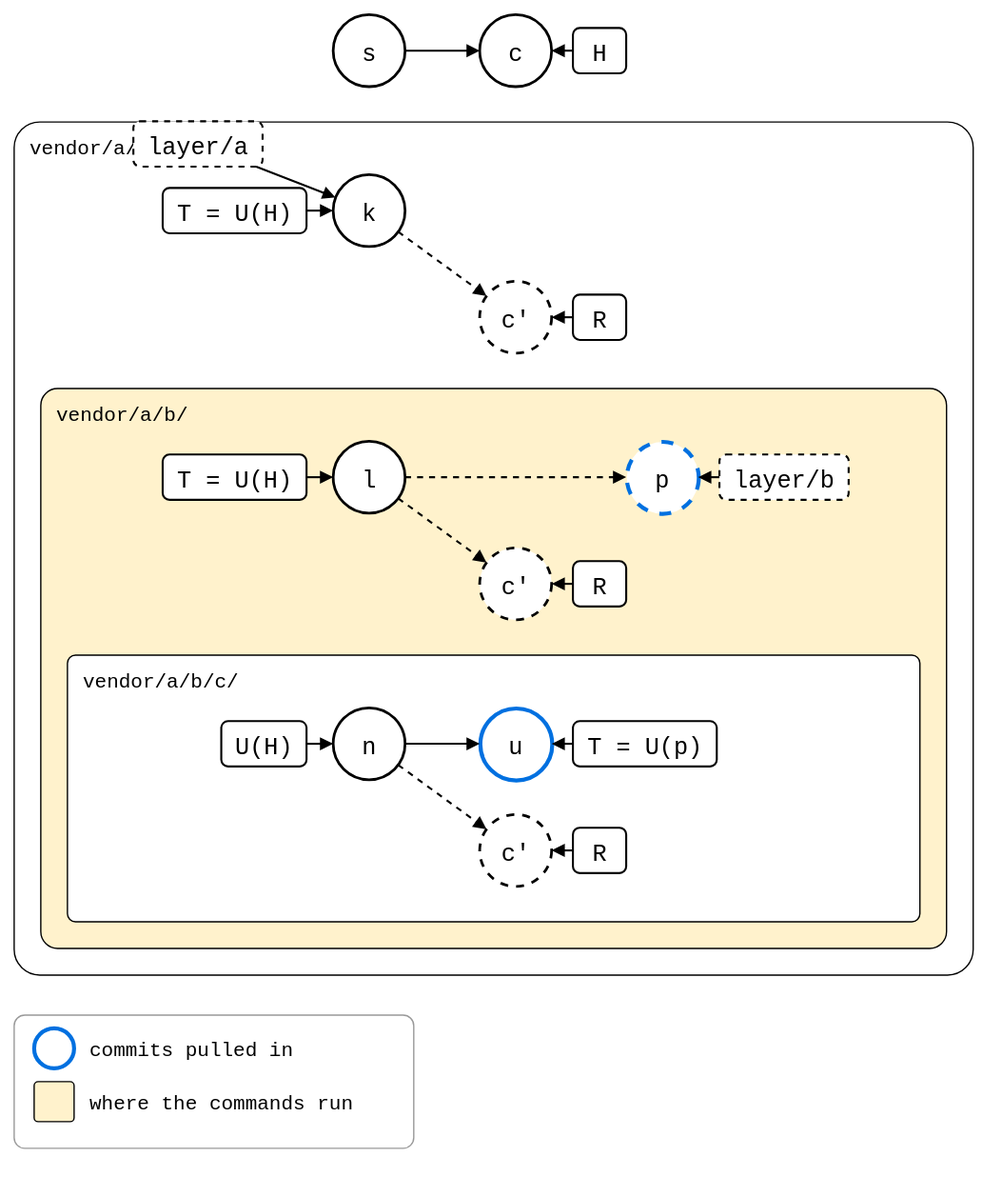
Before: docs/09-scenarios/05-nested-splices/01-nested-splices/02-three-levels/rebased-pulled-below.drawio.svg, a diagram exported from draw.io (roschaefer/git-splice). Source tidied: cells renumbered, new cells last; positions are measured from the earlier drawing's top-left corner, leaving out a move shared by most shapes. Source of this version:
```xml
<mxGraphModel background="#ffffff">
  <root>
    <mxCell id="0" />
    <mxCell id="1" parent="0" />
    <mxCell id="2" value="vendor/a/" style="rounded=1;arcSize=3;fillColor=none;strokeWidth=1;fontSize=15;verticalAlign=top;align=left;spacingLeft=10;spacingTop=4;fontFamily=Roboto Mono,monospace;" parent="1" vertex="1">
      <mxGeometry y="80" width="720" height="640" as="geometry" />
    </mxCell>
    <mxCell id="3" value="vendor/a/b/" style="rounded=1;arcSize=3;fillColor=#FFF2CC;strokeWidth=1;fontSize=15;verticalAlign=top;align=left;spacingLeft=10;spacingTop=4;fontFamily=Roboto Mono,monospace;" parent="1" vertex="1">
      <mxGeometry x="20" y="280" width="680" height="420" as="geometry" />
    </mxCell>
    <mxCell id="4" value="vendor/a/b/c/" style="rounded=1;arcSize=3;fillColor=#ffffff;strokeWidth=1;fontSize=15;verticalAlign=top;align=left;spacingLeft=10;spacingTop=4;fontFamily=Roboto Mono,monospace;" parent="1" vertex="1">
      <mxGeometry x="40" y="480" width="640" height="200" as="geometry" />
    </mxCell>
    <mxCell id="5" value="s" style="ellipse;strokeWidth=2;fontSize=18;fontFamily=Roboto Mono,monospace;" parent="1" vertex="1">
      <mxGeometry x="240" width="54" height="54" as="geometry" />
    </mxCell>
    <mxCell id="6" value="c" style="ellipse;strokeWidth=2;fontSize=18;fontFamily=Roboto Mono,monospace;" parent="1" vertex="1">
      <mxGeometry x="350" width="54" height="54" as="geometry" />
    </mxCell>
    <mxCell id="7" style="endArrow=block;endFill=1;html=1;strokeWidth=1.5;rounded=0;" parent="1" edge="1" source="5" target="6">
      <mxGeometry relative="1" as="geometry" />
    </mxCell>
    <mxCell id="8" value="H" style="rounded=1;strokeWidth=1.5;fontSize=18;fontFamily=Roboto Mono,monospace;" parent="1" vertex="1">
      <mxGeometry x="420" y="10" width="40" height="34" as="geometry" />
    </mxCell>
    <mxCell id="9" style="endArrow=block;endFill=1;html=1;strokeWidth=1.5;rounded=0;" parent="1" edge="1" source="8" target="6">
      <mxGeometry relative="1" as="geometry" />
    </mxCell>
    <mxCell id="10" value="k" style="ellipse;strokeWidth=2;fontSize=18;fontFamily=Roboto Mono,monospace;" parent="1" vertex="1">
      <mxGeometry x="240" y="120" width="54" height="54" as="geometry" />
    </mxCell>
    <mxCell id="11" value="c'" style="ellipse;strokeWidth=2;fontSize=18;fontFamily=Roboto Mono,monospace;dashed=1;" parent="1" vertex="1">
      <mxGeometry x="350" y="200" width="54" height="54" as="geometry" />
    </mxCell>
    <mxCell id="12" style="endArrow=block;endFill=1;html=1;strokeWidth=1.5;rounded=0;dashed=1;" parent="1" edge="1" source="10" target="11">
      <mxGeometry relative="1" as="geometry" />
    </mxCell>
    <mxCell id="13" value="T = U(H)" style="rounded=1;strokeWidth=1.5;fontSize=18;fontFamily=Roboto Mono,monospace;" parent="1" vertex="1">
      <mxGeometry x="112" y="130" width="108" height="34" as="geometry" />
    </mxCell>
    <mxCell id="14" style="endArrow=block;endFill=1;html=1;strokeWidth=1.5;rounded=0;" parent="1" edge="1" source="13" target="10">
      <mxGeometry relative="1" as="geometry" />
    </mxCell>
    <mxCell id="15" value="R" style="rounded=1;strokeWidth=1.5;fontSize=18;fontFamily=Roboto Mono,monospace;" parent="1" vertex="1">
      <mxGeometry x="420" y="210" width="40" height="34" as="geometry" />
    </mxCell>
    <mxCell id="16" style="endArrow=block;endFill=1;html=1;strokeWidth=1.5;rounded=0;" parent="1" edge="1" source="15" target="11">
      <mxGeometry relative="1" as="geometry" />
    </mxCell>
    <mxCell id="17" value="l" style="ellipse;strokeWidth=2;fontSize=18;fontFamily=Roboto Mono,monospace;" parent="1" vertex="1">
      <mxGeometry x="240" y="320" width="54" height="54" as="geometry" />
    </mxCell>
    <mxCell id="18" value="c'" style="ellipse;strokeWidth=2;fontSize=18;fontFamily=Roboto Mono,monospace;dashed=1;" parent="1" vertex="1">
      <mxGeometry x="350" y="400" width="54" height="54" as="geometry" />
    </mxCell>
    <mxCell id="19" style="endArrow=block;endFill=1;html=1;strokeWidth=1.5;rounded=0;dashed=1;" parent="1" edge="1" source="17" target="18">
      <mxGeometry relative="1" as="geometry" />
    </mxCell>
    <mxCell id="20" value="T = U(H)" style="rounded=1;strokeWidth=1.5;fontSize=18;fontFamily=Roboto Mono,monospace;" parent="1" vertex="1">
      <mxGeometry x="112" y="330" width="108" height="34" as="geometry" />
    </mxCell>
    <mxCell id="21" style="endArrow=block;endFill=1;html=1;strokeWidth=1.5;rounded=0;" parent="1" edge="1" source="20" target="17">
      <mxGeometry relative="1" as="geometry" />
    </mxCell>
    <mxCell id="22" value="R" style="rounded=1;strokeWidth=1.5;fontSize=18;fontFamily=Roboto Mono,monospace;" parent="1" vertex="1">
      <mxGeometry x="420" y="410" width="40" height="34" as="geometry" />
    </mxCell>
    <mxCell id="23" style="endArrow=block;endFill=1;html=1;strokeWidth=1.5;rounded=0;" parent="1" edge="1" source="22" target="18">
      <mxGeometry relative="1" as="geometry" />
    </mxCell>
    <mxCell id="24" value="p" style="ellipse;strokeWidth=2;fontSize=18;fontFamily=Roboto Mono,monospace;dashed=1;strokeColor=#0070E0;strokeWidth=3;" parent="1" vertex="1">
      <mxGeometry x="460" y="320" width="54" height="54" as="geometry" />
    </mxCell>
    <mxCell id="25" style="endArrow=block;endFill=1;html=1;strokeWidth=1.5;rounded=0;dashed=1;" parent="1" edge="1" source="17" target="24">
      <mxGeometry relative="1" as="geometry" />
    </mxCell>
    <mxCell id="26" value="layer/b" style="rounded=1;strokeWidth=1.5;fontSize=18;fontFamily=Roboto Mono,monospace;dashed=1;" parent="1" vertex="1">
      <mxGeometry x="530" y="330" width="97" height="34" as="geometry" />
    </mxCell>
    <mxCell id="27" style="endArrow=block;endFill=1;html=1;strokeWidth=1.5;rounded=0;" parent="1" edge="1" source="26" target="24">
      <mxGeometry relative="1" as="geometry" />
    </mxCell>
    <mxCell id="28" value="n" style="ellipse;strokeWidth=2;fontSize=18;fontFamily=Roboto Mono,monospace;" parent="1" vertex="1">
      <mxGeometry x="240" y="520" width="54" height="54" as="geometry" />
    </mxCell>
    <mxCell id="29" value="u" style="ellipse;strokeWidth=2;fontSize=18;fontFamily=Roboto Mono,monospace;strokeColor=#0070E0;strokeWidth=3;" parent="1" vertex="1">
      <mxGeometry x="350" y="520" width="54" height="54" as="geometry" />
    </mxCell>
    <mxCell id="30" style="endArrow=block;endFill=1;html=1;strokeWidth=1.5;rounded=0;" parent="1" edge="1" source="28" target="29">
      <mxGeometry relative="1" as="geometry" />
    </mxCell>
    <mxCell id="31" value="c'" style="ellipse;strokeWidth=2;fontSize=18;fontFamily=Roboto Mono,monospace;dashed=1;" parent="1" vertex="1">
      <mxGeometry x="350" y="600" width="54" height="54" as="geometry" />
    </mxCell>
    <mxCell id="32" style="endArrow=block;endFill=1;html=1;strokeWidth=1.5;rounded=0;dashed=1;" parent="1" edge="1" source="28" target="31">
      <mxGeometry relative="1" as="geometry" />
    </mxCell>
    <mxCell id="33" value="U(H)" style="rounded=1;strokeWidth=1.5;fontSize=18;fontFamily=Roboto Mono,monospace;" parent="1" vertex="1">
      <mxGeometry x="156" y="530" width="64" height="34" as="geometry" />
    </mxCell>
    <mxCell id="34" style="endArrow=block;endFill=1;html=1;strokeWidth=1.5;rounded=0;" parent="1" edge="1" source="33" target="28">
      <mxGeometry relative="1" as="geometry" />
    </mxCell>
    <mxCell id="35" value="T = U(p)" style="rounded=1;strokeWidth=1.5;fontSize=18;fontFamily=Roboto Mono,monospace;" parent="1" vertex="1">
      <mxGeometry x="420" y="530" width="108" height="34" as="geometry" />
    </mxCell>
    <mxCell id="36" style="endArrow=block;endFill=1;html=1;strokeWidth=1.5;rounded=0;" parent="1" edge="1" source="35" target="29">
      <mxGeometry relative="1" as="geometry" />
    </mxCell>
    <mxCell id="37" value="R" style="rounded=1;strokeWidth=1.5;fontSize=18;fontFamily=Roboto Mono,monospace;" parent="1" vertex="1">
      <mxGeometry x="420" y="610" width="40" height="34" as="geometry" />
    </mxCell>
    <mxCell id="38" style="endArrow=block;endFill=1;html=1;strokeWidth=1.5;rounded=0;" parent="1" edge="1" source="37" target="31">
      <mxGeometry relative="1" as="geometry" />
    </mxCell>
    <mxCell id="39" value="layer/a" style="rounded=1;strokeWidth=1.5;fontSize=18;fontFamily=Roboto Mono,monospace;dashed=1;" parent="1" vertex="1">
      <mxGeometry x="90" y="80" width="97" height="34" as="geometry" />
    </mxCell>
    <mxCell id="40" style="endArrow=block;endFill=1;html=1;strokeWidth=1.5;rounded=0;" parent="1" edge="1" source="39" target="10">
      <mxGeometry relative="1" as="geometry" />
    </mxCell>
    <mxCell id="41" style="rounded=1;arcSize=8;fillColor=none;strokeColor=#999999;strokeWidth=1;legend=1;" parent="1" vertex="1">
      <mxGeometry y="750" width="300" height="100" as="geometry" />
    </mxCell>
    <mxCell id="42" style="ellipse;fontSize=13;fontFamily=Roboto Mono,monospace;strokeColor=#0070E0;strokeWidth=3;" parent="41" vertex="1">
      <mxGeometry x="15" y="10" width="30" height="30" as="geometry" />
    </mxCell>
    <mxCell id="43" value="commits pulled in" style="text;align=left;verticalAlign=middle;fontSize=15;fontFamily=Roboto Mono,monospace;" parent="41" vertex="1">
      <mxGeometry x="55" y="10" width="240" height="30" as="geometry" />
    </mxCell>
    <mxCell id="44" style="rounded=1;arcSize=10;strokeWidth=1;fillColor=#FFF2CC;" parent="41" vertex="1">
      <mxGeometry x="15" y="50" width="30" height="30" as="geometry" />
    </mxCell>
    <mxCell id="45" value="where the commands run" style="text;align=left;verticalAlign=middle;fontSize=15;fontFamily=Roboto Mono,monospace;" parent="41" vertex="1">
      <mxGeometry x="55" y="50" width="240" height="30" as="geometry" />
    </mxCell>
  </root>
</mxGraphModel>
```
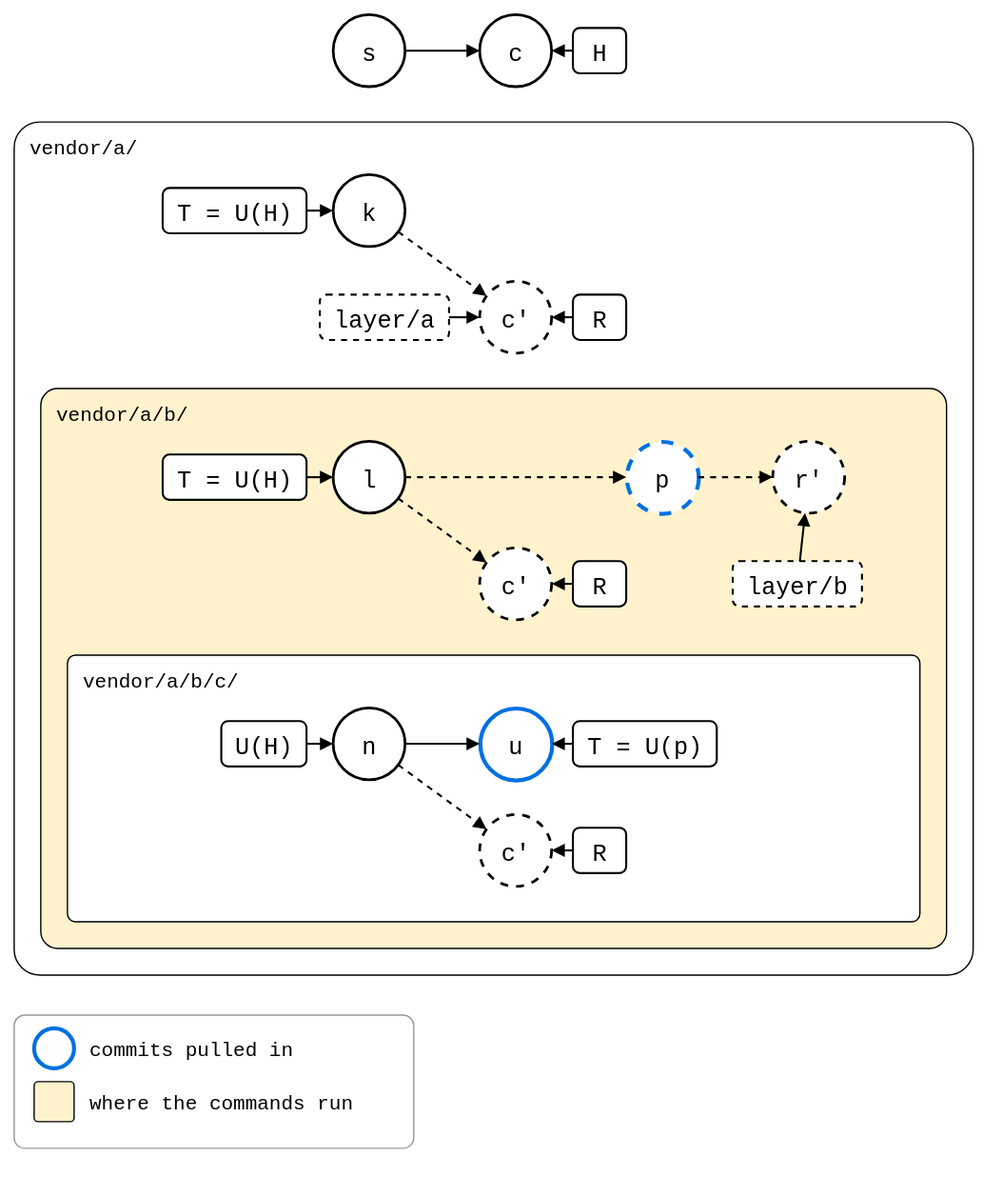
The same diagram one commit later.

Diff of the diagram source:
```diff
@@ -75,9 +75,9 @@
       <mxGeometry relative="1" as="geometry" />
     </mxCell>
     <mxCell id="26" value="layer/b" style="rounded=1;strokeWidth=1.5;fontSize=18;fontFamily=Roboto Mono,monospace;dashed=1;" parent="1" vertex="1">
-      <mxGeometry x="530" y="330" width="97" height="34" as="geometry" />
+      <mxGeometry x="540" y="410" width="97" height="34" as="geometry" />
     </mxCell>
-    <mxCell id="27" style="endArrow=block;endFill=1;html=1;strokeWidth=1.5;rounded=0;" parent="1" edge="1" source="26" target="24">
+    <mxCell id="27" style="endArrow=block;endFill=1;html=1;strokeWidth=1.5;rounded=0;" parent="1" edge="1" source="26" target="46">
       <mxGeometry relative="1" as="geometry" />
     </mxCell>
     <mxCell id="28" value="n" style="ellipse;strokeWidth=2;fontSize=18;fontFamily=Roboto Mono,monospace;" parent="1" vertex="1">
@@ -114,9 +114,9 @@
       <mxGeometry relative="1" as="geometry" />
     </mxCell>
     <mxCell id="39" value="layer/a" style="rounded=1;strokeWidth=1.5;fontSize=18;fontFamily=Roboto Mono,monospace;dashed=1;" parent="1" vertex="1">
-      <mxGeometry x="90" y="80" width="97" height="34" as="geometry" />
+      <mxGeometry x="230" y="210" width="97" height="34" as="geometry" />
     </mxCell>
-    <mxCell id="40" style="endArrow=block;endFill=1;html=1;strokeWidth=1.5;rounded=0;" parent="1" edge="1" source="39" target="10">
+    <mxCell id="40" style="endArrow=block;endFill=1;html=1;strokeWidth=1.5;rounded=0;" parent="1" edge="1" source="39" target="11">
       <mxGeometry relative="1" as="geometry" />
     </mxCell>
     <mxCell id="41" style="rounded=1;arcSize=8;fillColor=none;strokeColor=#999999;strokeWidth=1;legend=1;" parent="1" vertex="1">
@@ -134,5 +134,11 @@
     <mxCell id="45" value="where the commands run" style="text;align=left;verticalAlign=middle;fontSize=15;fontFamily=Roboto Mono,monospace;" parent="41" vertex="1">
       <mxGeometry x="55" y="50" width="240" height="30" as="geometry" />
     </mxCell>
+    <mxCell id="46" value="r'" style="ellipse;strokeWidth=2;fontSize=18;fontFamily=Roboto Mono,monospace;dashed=1;" parent="1" vertex="1">
+      <mxGeometry x="570" y="320" width="54" height="54" as="geometry" />
+    </mxCell>
+    <mxCell id="47" style="endArrow=block;endFill=1;html=1;strokeWidth=1.5;rounded=0;dashed=1;" parent="1" edge="1" source="24" target="46">
+      <mxGeometry relative="1" as="geometry" />
+    </mxCell>
   </root>
 </mxGraphModel>
```
